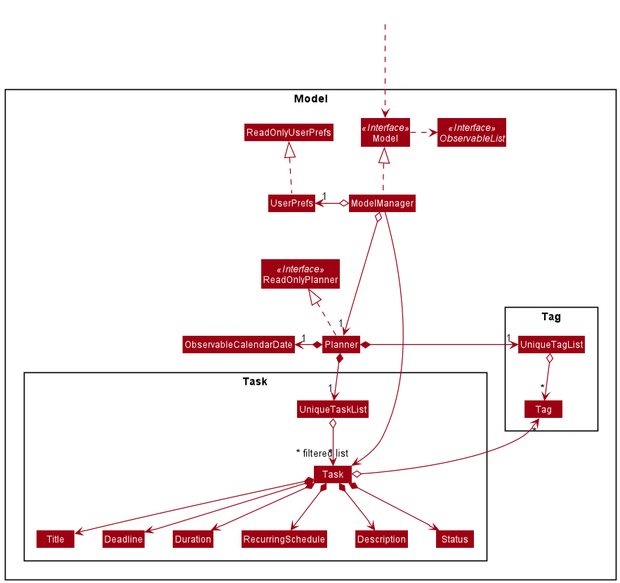
The PlantUML diagram docs/images/ModelClassDiagram.png in nus-cs2103-AY2021S2/tp, before a commit.
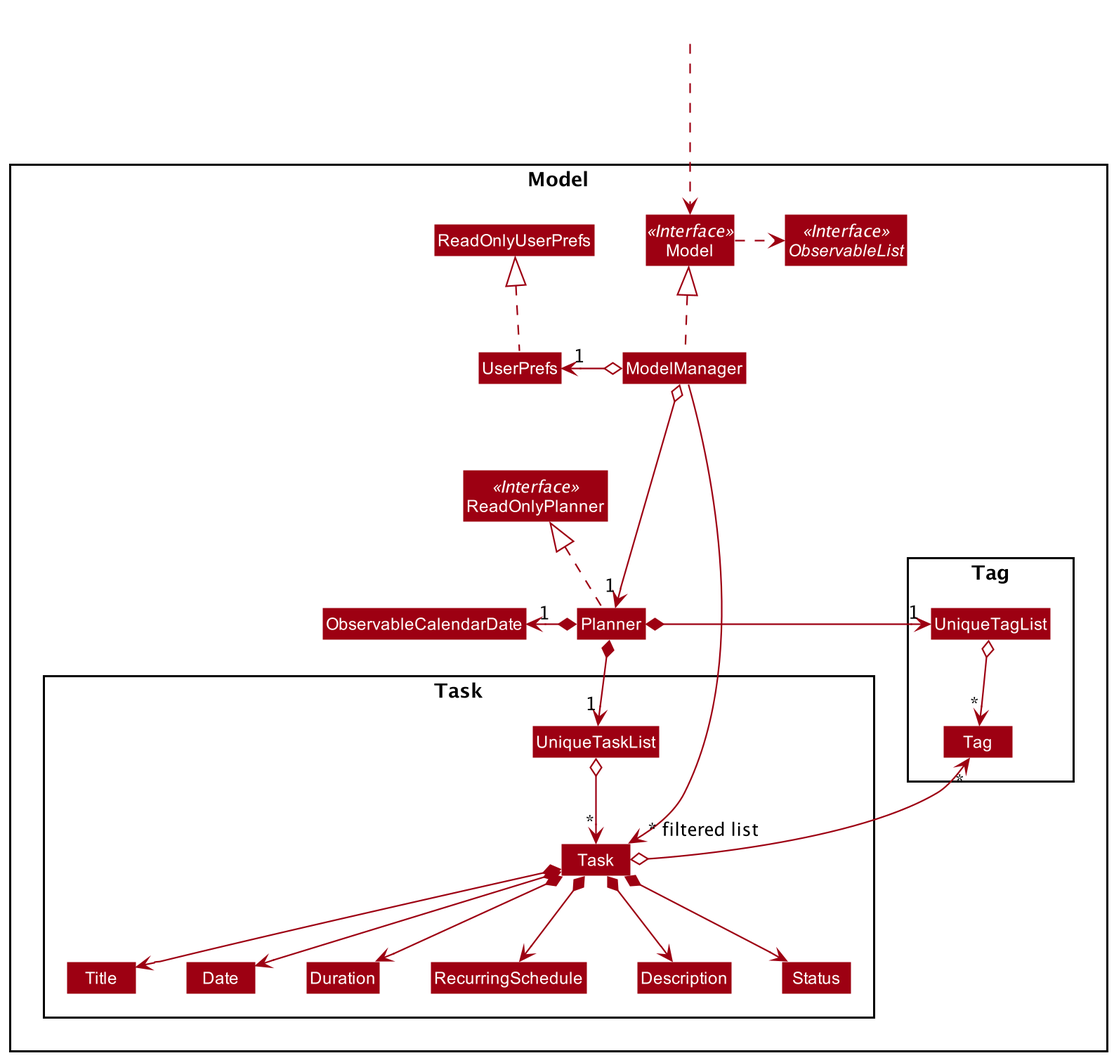
The same file after the commit.

Commit message:
Add test cases to manual testing, improve sequence diagram to show only required details, improve user stories and enhance use cases in DG

Diff of the diagram source:
```diff
@@ -18,7 +18,7 @@
 
 Package Task {
 Class Task
-Class Deadline
+Class Date
 Class RecurringSchedule
 Class Title
 Class Status
@@ -50,15 +50,15 @@
 Planner *-left-> "1" UniqueTagList
 UniqueTagList o--> "*" Tag
 Task *--> Title
-Task *--> Deadline
+Task *--> Date
 Task *--> Duration
 Task *--> RecurringSchedule
 Task *--> Description
 Task *--> Status
 Task o--> "*" Tag
 
-Title -[hidden]right-> Deadline
-Deadline -[hidden]right-> Duration
+Title -[hidden]right-> Date
+Date -[hidden]right-> Duration
 Duration -[hidden]right-> RecurringSchedule
 RecurringSchedule -[hidden]right-> Description
 Description -[hidden]right-> Status
```
